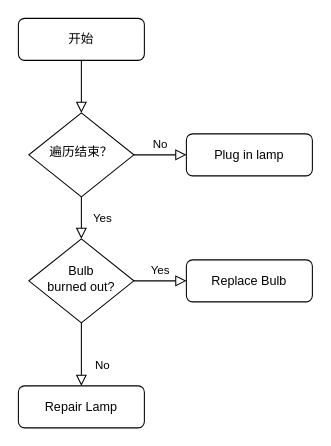
Before: 未命名绘图.drawio in Callme24kHandsome/draw, a draw.io diagram. Source tidied: cells renumbered, new cells numbered last; positions are measured from the earlier drawing's top-left corner, leaving out a move shared by most shapes. Both pictures are drawn from the tidied source at 105%, with x=0, y=0 at pixel (18, 18).
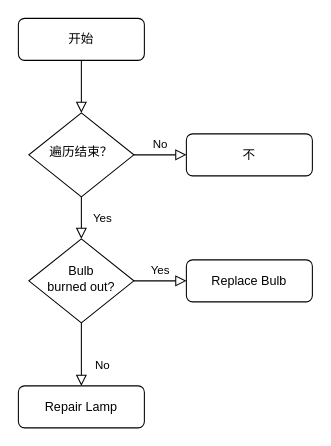
The same diagram, later.

The edit, as a diff of the source:
```diff
@@
 <mxGraphModel>
   <root>
     <mxCell id="0" />
     <mxCell id="1" parent="0" />
     <mxCell id="2" style="rounded=0;html=1;jettySize=auto;fontSize=11;endArrow=block;endFill=0;endSize=8;strokeWidth=1;shadow=0;labelBackgroundColor=none;edgeStyle=orthogonalEdgeStyle;" parent="1" edge="1" source="3" target="6">
       <mxGeometry relative="1" as="geometry" />
     </mxCell>
     <mxCell id="3" value="开始" style="rounded=1;whiteSpace=wrap;html=1;fontSize=12;glass=0;strokeWidth=1;shadow=0;" parent="1" vertex="1">
       <mxGeometry width="120" height="40" as="geometry" />
     </mxCell>
     <mxCell id="4" value="Yes" style="rounded=0;html=1;jettySize=auto;fontSize=11;endArrow=block;endFill=0;endSize=8;strokeWidth=1;shadow=0;labelBackgroundColor=none;edgeStyle=orthogonalEdgeStyle;" parent="1" edge="1" source="6" target="10">
       <mxGeometry y="20" relative="1" as="geometry" />
     </mxCell>
     <mxCell id="5" value="No" style="edgeStyle=orthogonalEdgeStyle;rounded=0;html=1;jettySize=auto;fontSize=11;endArrow=block;endFill=0;endSize=8;strokeWidth=1;shadow=0;labelBackgroundColor=none;" parent="1" edge="1" source="6" target="7">
       <mxGeometry y="10" relative="1" as="geometry" />
     </mxCell>
     <mxCell id="6" value="遍历结束？" style="rhombus;whiteSpace=wrap;html=1;shadow=0;fontFamily=Helvetica;fontSize=12;align=center;strokeWidth=1;spacing=6;spacingTop=-4;" parent="1" vertex="1">
       <mxGeometry x="10" y="90" width="100" height="80" as="geometry" />
     </mxCell>
-    <mxCell id="7" value="Plug in lamp" style="rounded=1;whiteSpace=wrap;html=1;fontSize=12;glass=0;strokeWidth=1;shadow=0;" parent="1" vertex="1">
+    <mxCell id="7" value="不" style="rounded=1;whiteSpace=wrap;html=1;fontSize=12;glass=0;strokeWidth=1;shadow=0;" parent="1" vertex="1">
       <mxGeometry x="160" y="110" width="120" height="40" as="geometry" />
     </mxCell>
     <mxCell id="8" value="No" style="rounded=0;html=1;jettySize=auto;fontSize=11;endArrow=block;endFill=0;endSize=8;strokeWidth=1;shadow=0;labelBackgroundColor=none;edgeStyle=orthogonalEdgeStyle;" parent="1" edge="1" source="10" target="11">
       <mxGeometry x="0.33" y="20" relative="1" as="geometry" />
     </mxCell>
     <mxCell id="9" value="Yes" style="edgeStyle=orthogonalEdgeStyle;rounded=0;html=1;jettySize=auto;fontSize=11;endArrow=block;endFill=0;endSize=8;strokeWidth=1;shadow=0;labelBackgroundColor=none;" parent="1" edge="1" source="10" target="12">
       <mxGeometry y="10" relative="1" as="geometry" />
     </mxCell>
     <mxCell id="10" value="Bulb&lt;br&gt;burned out?" style="rhombus;whiteSpace=wrap;html=1;shadow=0;fontFamily=Helvetica;fontSize=12;align=center;strokeWidth=1;spacing=6;spacingTop=-4;" parent="1" vertex="1">
       <mxGeometry x="10" y="210" width="100" height="80" as="geometry" />
     </mxCell>
     <mxCell id="11" value="Repair Lamp" style="rounded=1;whiteSpace=wrap;html=1;fontSize=12;glass=0;strokeWidth=1;shadow=0;" parent="1" vertex="1">
       <mxGeometry y="350" width="120" height="40" as="geometry" />
     </mxCell>
     <mxCell id="12" value="Replace Bulb" style="rounded=1;whiteSpace=wrap;html=1;fontSize=12;glass=0;strokeWidth=1;shadow=0;" parent="1" vertex="1">
       <mxGeometry x="160" y="230" width="120" height="40" as="geometry" />
     </mxCell>
   </root>
 </mxGraphModel>
```
